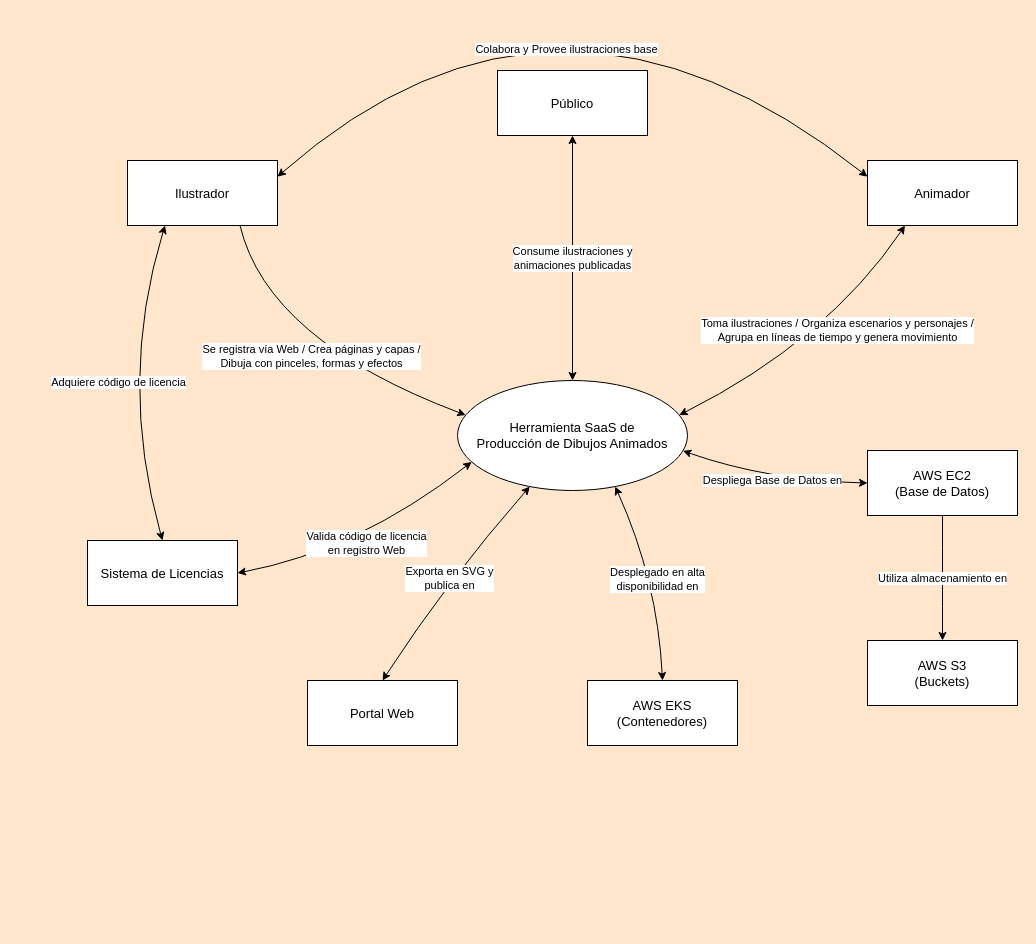
Isa4cc/MODELADO-DIAGRAMAS keeps this draw.io diagram as EVAl-CONTEXTO-DIAGRAMA.drawio. Above is the earlier version. Source tidied: cells renumbered, new cells numbered last; positions are measured from the earlier drawing's top-left corner, leaving out a move shared by most shapes. Both pictures are drawn from the tidied source at 100%, with x=0, y=0 at pixel (87, -70).
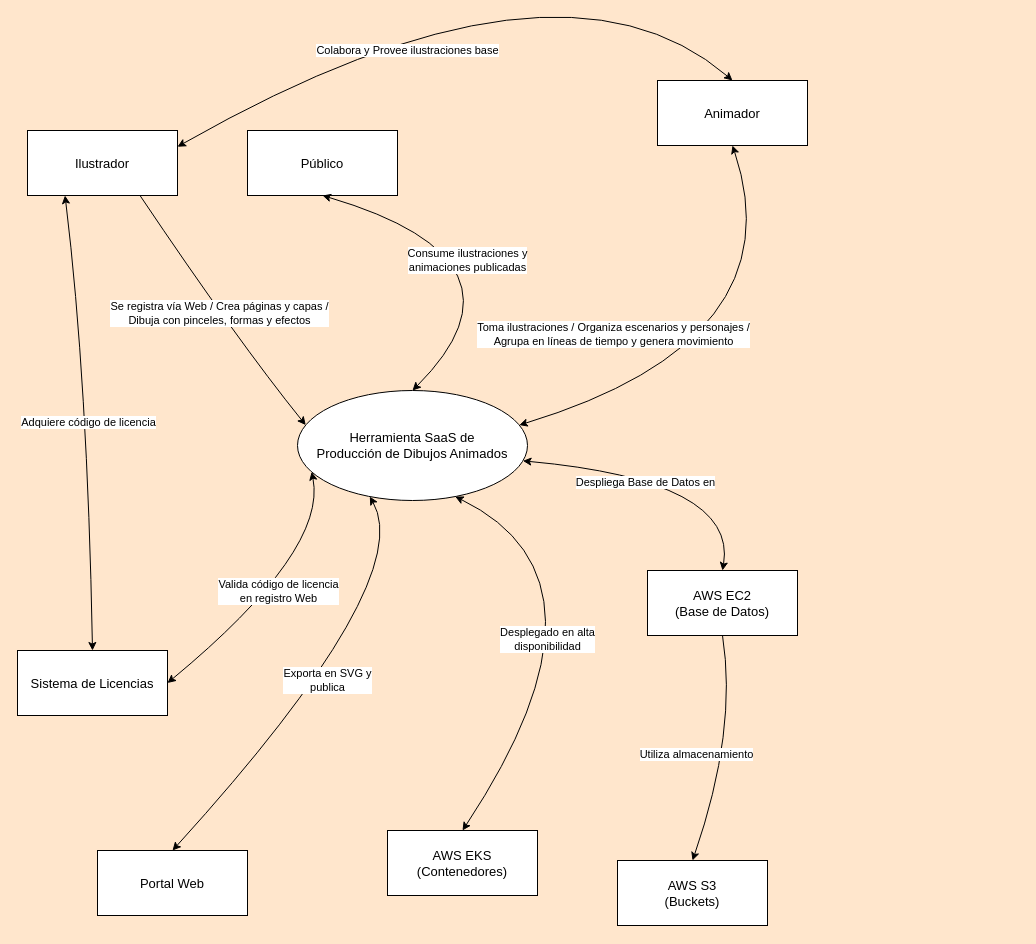
Above is the later version.

What changed in the source:
```diff
@@
     <mxCell id="2" value="Herramienta SaaS de&lt;br&gt;Producción de Dibujos Animados" style="ellipse;whiteSpace=wrap;html=1;fillColor=#ffffff;strokeColor=#000000;fontSize=13;" parent="1" vertex="1">
-      <mxGeometry x="370" y="450" width="230" height="110" as="geometry" />
+      <mxGeometry x="210" y="460" width="230" height="110" as="geometry" />
     </mxCell>
     <mxCell id="3" value="Ilustrador" style="rounded=0;whiteSpace=wrap;html=1;fillColor=#ffffff;strokeColor=#000000;fontSize=13;" parent="1" vertex="1">
-      <mxGeometry x="40" y="230" width="150" height="65" as="geometry" />
+      <mxGeometry x="-60" y="200" width="150" height="65" as="geometry" />
     </mxCell>
     <mxCell id="4" value="Animador" style="rounded=0;whiteSpace=wrap;html=1;fillColor=#ffffff;strokeColor=#000000;fontSize=13;" parent="1" vertex="1">
-      <mxGeometry x="780" y="230" width="150" height="65" as="geometry" />
+      <mxGeometry x="570" y="150" width="150" height="65" as="geometry" />
     </mxCell>
     <mxCell id="5" value="Público" style="rounded=0;whiteSpace=wrap;html=1;fillColor=#ffffff;strokeColor=#000000;fontSize=13;" parent="1" vertex="1">
-      <mxGeometry x="410" y="140" width="150" height="65" as="geometry" />
+      <mxGeometry x="160" y="200" width="150" height="65" as="geometry" />
     </mxCell>
     <mxCell id="6" value="Sistema de Licencias" style="rounded=0;whiteSpace=wrap;html=1;fillColor=#ffffff;strokeColor=#000000;fontSize=13;" parent="1" vertex="1">
-      <mxGeometry y="610" width="150" height="65" as="geometry" />
+      <mxGeometry x="-70" y="720" width="150" height="65" as="geometry" />
     </mxCell>
     <mxCell id="7" value="Portal Web" style="rounded=0;whiteSpace=wrap;html=1;fillColor=#ffffff;strokeColor=#000000;fontSize=13;" parent="1" vertex="1">
-      <mxGeometry x="220" y="750" width="150" height="65" as="geometry" />
+      <mxGeometry x="10" y="920" width="150" height="65" as="geometry" />
     </mxCell>
     <mxCell id="8" value="AWS EKS&lt;br&gt;(Contenedores)" style="rounded=0;whiteSpace=wrap;html=1;fillColor=#ffffff;strokeColor=#000000;fontSize=13;" parent="1" vertex="1">
-      <mxGeometry x="500" y="750" width="150" height="65" as="geometry" />
+      <mxGeometry x="300" y="900" width="150" height="65" as="geometry" />
     </mxCell>
     <mxCell id="9" value="AWS EC2&lt;br&gt;(Base de Datos)" style="rounded=0;whiteSpace=wrap;html=1;fillColor=#ffffff;strokeColor=#000000;fontSize=13;" parent="1" vertex="1">
-      <mxGeometry x="780" y="520" width="150" height="65" as="geometry" />
+      <mxGeometry x="560" y="640" width="150" height="65" as="geometry" />
     </mxCell>
     <mxCell id="10" value="AWS S3&lt;br&gt;(Buckets)" style="rounded=0;whiteSpace=wrap;html=1;fillColor=#ffffff;strokeColor=#000000;fontSize=13;" parent="1" vertex="1">
-      <mxGeometry x="780" y="710" width="150" height="65" as="geometry" />
+      <mxGeometry x="530" y="930" width="150" height="65" as="geometry" />
     </mxCell>
-    <mxCell id="11" value="Colabora y Provee ilustraciones base" style="curved=1;endArrow=classic;startArrow=classic;html=1;exitX=1;exitY=0.25;exitDx=0;exitDy=0;entryX=0;entryY=0.25;entryDx=0;entryDy=0;" parent="1" edge="1" source="3" target="4">
-      <mxGeometry x="0.18" y="-88" relative="1" as="geometry">
+    <mxCell id="11" value="Colabora y Provee ilustraciones base" style="curved=1;endArrow=classic;startArrow=classic;html=1;exitX=1;exitY=0.25;exitDx=0;exitDy=0;entryX=0.5;entryY=0;entryDx=0;entryDy=0;" parent="1" edge="1" source="3" target="4">
+      <mxGeometry x="-0.26" y="-30" relative="1" as="geometry">
         <Array as="points">
           <mxPoint x="470" />
         </Array>
       </mxGeometry>
     </mxCell>
     <mxCell id="12" value="Se registra vía Web / Crea páginas y capas /&lt;br&gt;Dibuja con pinceles, formas y efectos" style="curved=1;endArrow=classic;html=1;exitX=0.75;exitY=1;exitDx=0;exitDy=0;entryX=0;entryY=0.3;entryDx=0;entryDy=0;" parent="1" edge="1" source="3" target="2">
       <mxGeometry relative="1" as="geometry">
         <Array as="points">
-          <mxPoint x="180" y="410" />
+          <mxPoint x="150" y="410" />
         </Array>
       </mxGeometry>
     </mxCell>
-    <mxCell id="13" value="Toma ilustraciones / Organiza escenarios y personajes /&lt;br&gt;Agrupa en líneas de tiempo y genera movimiento" style="curved=1;endArrow=classic;startArrow=classic;html=1;exitX=0.25;exitY=1;exitDx=0;exitDy=0;entryX=1;entryY=0.3;entryDx=0;entryDy=0;" parent="1" edge="1" source="4" target="2">
-      <mxGeometry x="-0.18" y="3" relative="1" as="geometry">
+    <mxCell id="13" value="Toma ilustraciones / Organiza escenarios y personajes /&lt;br&gt;Agrupa en líneas de tiempo y genera movimiento" style="curved=1;endArrow=classic;startArrow=classic;html=1;exitX=0.5;exitY=1;exitDx=0;exitDy=0;entryX=1;entryY=0.3;entryDx=0;entryDy=0;" parent="1" edge="1" source="4" target="2">
+      <mxGeometry x="0.53" y="-59.42" relative="1" as="geometry">
         <Array as="points">
-          <mxPoint x="740" y="410" />
+          <mxPoint x="710" y="410" />
         </Array>
       </mxGeometry>
     </mxCell>
     <mxCell id="14" value="Consume ilustraciones y&lt;br&gt;animaciones publicadas" style="curved=1;endArrow=classic;startArrow=classic;html=1;exitX=0.5;exitY=1;exitDx=0;exitDy=0;entryX=0.5;entryY=0;entryDx=0;entryDy=0;" parent="1" edge="1" source="5" target="2">
-      <mxGeometry relative="1" as="geometry">
+      <mxGeometry x="-0.24" y="-21" relative="1" as="geometry">
         <Array as="points">
-          <mxPoint x="485" y="330" />
+          <mxPoint x="455" y="330" />
         </Array>
       </mxGeometry>
     </mxCell>
     <mxCell id="15" value="Adquiere código de licencia" style="curved=1;endArrow=classic;startArrow=classic;html=1;exitX=0.25;exitY=1;exitDx=0;exitDy=0;entryX=0.5;entryY=0;entryDx=0;entryDy=0;" parent="1" edge="1" source="3" target="6">
       <mxGeometry relative="1" as="geometry">
         <Array as="points">
-          <mxPoint x="30" y="450" />
+          <mxPoint y="450" />
         </Array>
       </mxGeometry>
     </mxCell>
     <mxCell id="16" value="Valida código de licencia&lt;br&gt;en registro Web" style="curved=1;endArrow=classic;startArrow=classic;html=1;exitX=1;exitY=0.5;exitDx=0;exitDy=0;entryX=0.05;entryY=0.75;entryDx=0;entryDy=0;" parent="1" edge="1" source="6" target="2">
       <mxGeometry relative="1" as="geometry">
         <Array as="points">
-          <mxPoint x="270" y="620" />
+          <mxPoint x="240" y="620" />
         </Array>
       </mxGeometry>
     </mxCell>
-    <mxCell id="17" value="Exporta en SVG y&lt;br&gt;publica en" style="curved=1;endArrow=classic;startArrow=classic;html=1;exitX=0.3;exitY=1;exitDx=0;exitDy=0;entryX=0.5;entryY=0;entryDx=0;entryDy=0;" parent="1" edge="1" source="2" target="7">
+    <mxCell id="17" value="Exporta en SVG y&lt;br&gt;publica" style="curved=1;endArrow=classic;startArrow=classic;html=1;exitX=0.3;exitY=1;exitDx=0;exitDy=0;entryX=0.5;entryY=0;entryDx=0;entryDy=0;" parent="1" edge="1" source="2" target="7">
       <mxGeometry relative="1" as="geometry">
         <Array as="points">
-          <mxPoint x="360" y="650" />
+          <mxPoint x="330" y="650" />
         </Array>
       </mxGeometry>
     </mxCell>
-    <mxCell id="18" value="Desplegado en alta&lt;br&gt;disponibilidad en" style="curved=1;endArrow=classic;startArrow=classic;html=1;exitX=0.7;exitY=1;exitDx=0;exitDy=0;entryX=0.5;entryY=0;entryDx=0;entryDy=0;" parent="1" edge="1" source="2" target="8">
-      <mxGeometry relative="1" as="geometry">
+    <mxCell id="18" value="Desplegado en alta&lt;br&gt;disponibilidad" style="curved=1;endArrow=classic;startArrow=classic;html=1;exitX=0.7;exitY=1;exitDx=0;exitDy=0;entryX=0.5;entryY=0;entryDx=0;entryDy=0;" parent="1" edge="1" source="2" target="8">
+      <mxGeometry x="0.16" y="-34" relative="1" as="geometry">
         <Array as="points">
-          <mxPoint x="570" y="650" />
+          <mxPoint x="540" y="650" />
         </Array>
       </mxGeometry>
     </mxCell>
-    <mxCell id="19" value="Despliega Base de Datos en" style="curved=1;endArrow=classic;startArrow=classic;html=1;exitX=1;exitY=0.65;exitDx=0;exitDy=0;entryX=0;entryY=0.5;entryDx=0;entryDy=0;" parent="1" edge="1" source="2" target="9">
-      <mxGeometry relative="1" as="geometry">
+    <mxCell id="19" value="Despliega Base de Datos en" style="curved=1;endArrow=classic;startArrow=classic;html=1;exitX=1;exitY=0.65;exitDx=0;exitDy=0;entryX=0.5;entryY=0;entryDx=0;entryDy=0;" parent="1" edge="1" source="2" target="9">
+      <mxGeometry x="-0.19" y="-10" relative="1" as="geometry">
         <Array as="points">
-          <mxPoint x="680" y="550" />
+          <mxPoint x="650" y="550" />
         </Array>
       </mxGeometry>
     </mxCell>
-    <mxCell id="20" value="Utiliza almacenamiento en" style="curved=1;endArrow=classic;html=1;exitX=0.5;exitY=1;exitDx=0;exitDy=0;entryX=0.5;entryY=0;entryDx=0;entryDy=0;" parent="1" edge="1" source="9" target="10">
-      <mxGeometry relative="1" as="geometry">
+    <mxCell id="20" value="Utiliza almacenamiento" style="curved=1;endArrow=classic;html=1;exitX=0.5;exitY=1;exitDx=0;exitDy=0;entryX=0.5;entryY=0;entryDx=0;entryDy=0;" parent="1" edge="1" source="9" target="10">
+      <mxGeometry x="0.13" y="-31" relative="1" as="geometry">
         <Array as="points">
-          <mxPoint x="855" y="650" />
+          <mxPoint x="650" y="800" />
         </Array>
       </mxGeometry>
     </mxCell>
```
